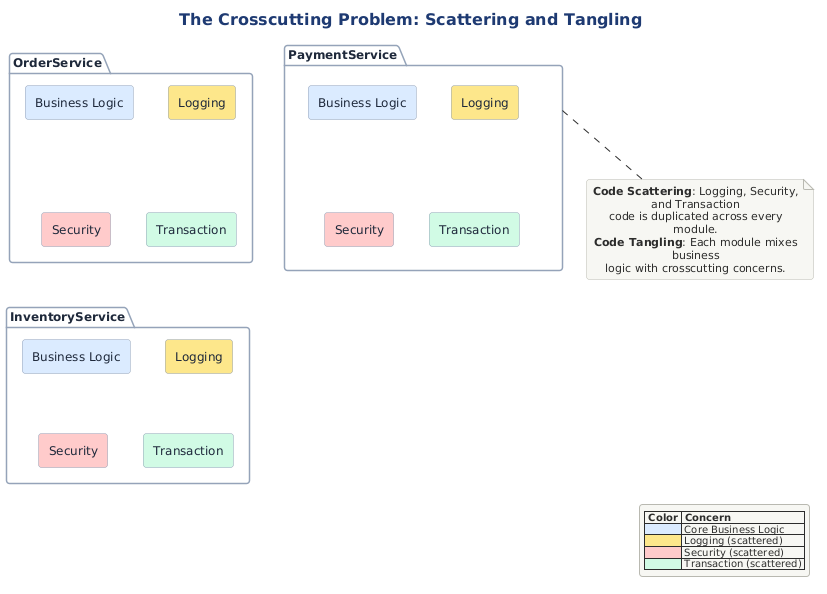
Earlier version of the PlantUML export src/architecture/views-and-beyond/style-catalogs/module/aspects-style/png/crosscutting-problem-scattering-tangling.png (Notoriousjayy/latex-docs).
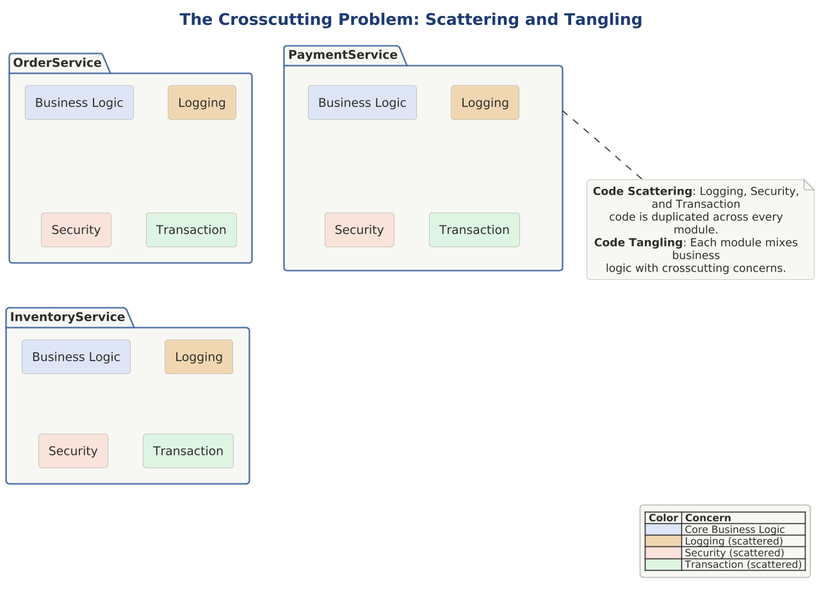
Above is the later version.

The edit, as a diff of the source:
```diff
@@ -1,34 +1,33 @@
 @startuml
 
-skinparam packageBackgroundColor #F0F4F8
+skinparam dpi 150
+
+
+
+
 !include ../../../../../../tooling/styles/plantuml/structural/package-diagram-style.iuml
-
-skinparam packageBorderColor #94A3B8
-skinparam packageFontColor #1E293B
-skinparam rectangleFontColor #1E293B
-skinparam rectangleBorderColor #94A3B8
 
 title The Crosscutting Problem: Scattering and Tangling
 
-package "OrderService" as os #FFFFFF {
-  rectangle "Business Logic" as os_bl #DBEAFE
-  rectangle "Logging" as os_log #FDE68A
-  rectangle "Security" as os_sec #FECACA
-  rectangle "Transaction" as os_tx #D1FAE5
+package "OrderService" as os $theme_surface {
+  rectangle "Business Logic" as os_bl $fill_primary
+  rectangle "Logging" as os_log $deep_caution
+  rectangle "Security" as os_sec $fill_invalid
+  rectangle "Transaction" as os_tx $fill_ok
 }
 
-package "PaymentService" as ps #FFFFFF {
-  rectangle "Business Logic" as ps_bl #DBEAFE
-  rectangle "Logging" as ps_log #FDE68A
-  rectangle "Security" as ps_sec #FECACA
-  rectangle "Transaction" as ps_tx #D1FAE5
+package "PaymentService" as ps $theme_surface {
+  rectangle "Business Logic" as ps_bl $fill_primary
+  rectangle "Logging" as ps_log $deep_caution
+  rectangle "Security" as ps_sec $fill_invalid
+  rectangle "Transaction" as ps_tx $fill_ok
 }
 
-package "InventoryService" as inv #FFFFFF {
-  rectangle "Business Logic" as inv_bl #DBEAFE
-  rectangle "Logging" as inv_log #FDE68A
-  rectangle "Security" as inv_sec #FECACA
-  rectangle "Transaction" as inv_tx #D1FAE5
+package "InventoryService" as inv $theme_surface {
+  rectangle "Business Logic" as inv_bl $fill_primary
+  rectangle "Logging" as inv_log $deep_caution
+  rectangle "Security" as inv_sec $fill_invalid
+  rectangle "Transaction" as inv_tx $fill_ok
 }
 
 note bottom of ps
@@ -40,10 +39,10 @@
 
 legend bottom right
   |= Color |= Concern |
-  |<#DBEAFE> | Core Business Logic |
-  |<#FDE68A> | Logging (scattered) |
-  |<#FECACA> | Security (scattered) |
-  |<#D1FAE5> | Transaction (scattered) |
+  |<$fill_primary> | Core Business Logic |
+  |<$deep_caution> | Logging (scattered) |
+  |<$fill_invalid> | Security (scattered) |
+  |<$fill_ok> | Transaction (scattered) |
 end legend
 
 @enduml
```
